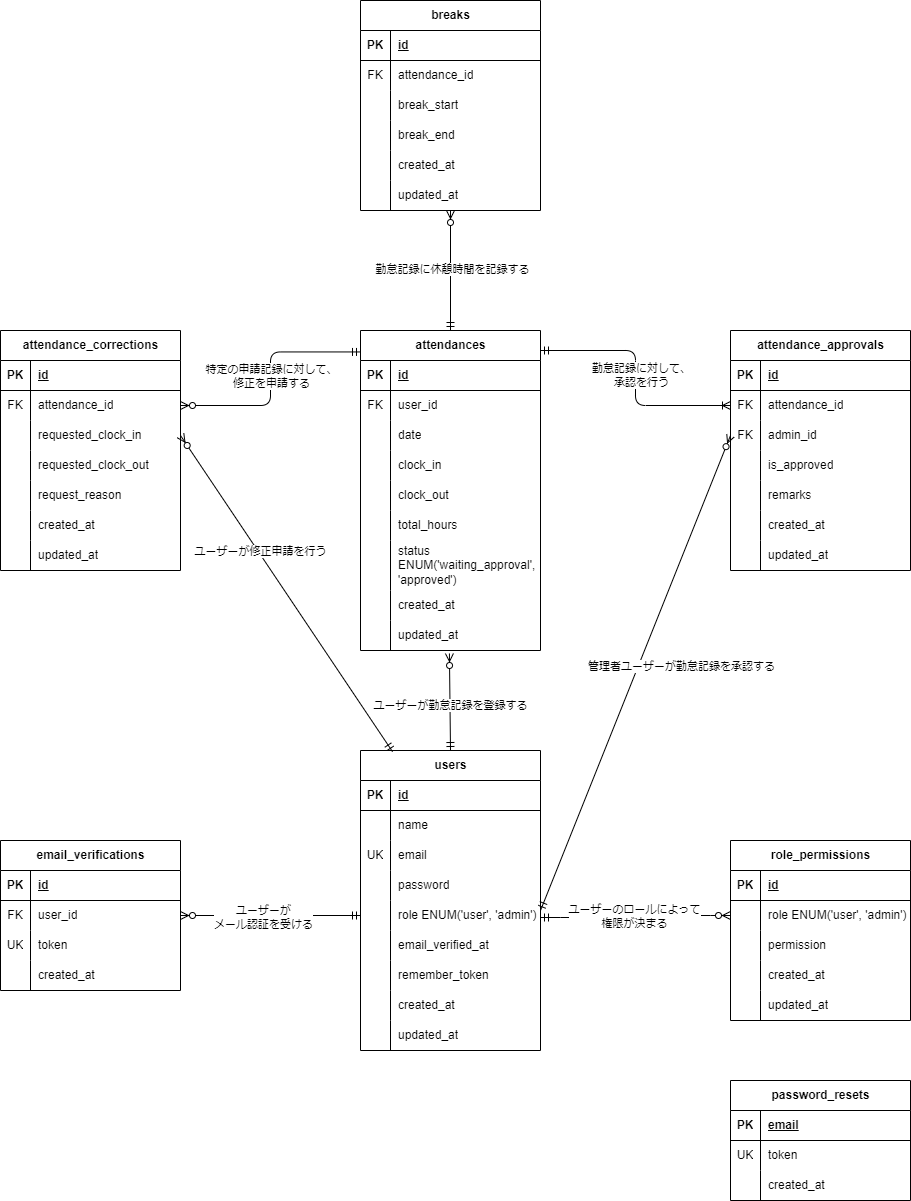
shimodum/mockcase-attendance keeps this draw.io diagram as ER.drawio.png. Above is the earlier version. Source tidied: cells renumbered, new cells last; positions are measured from the earlier drawing's top-left corner, leaving out a move shared by most shapes.
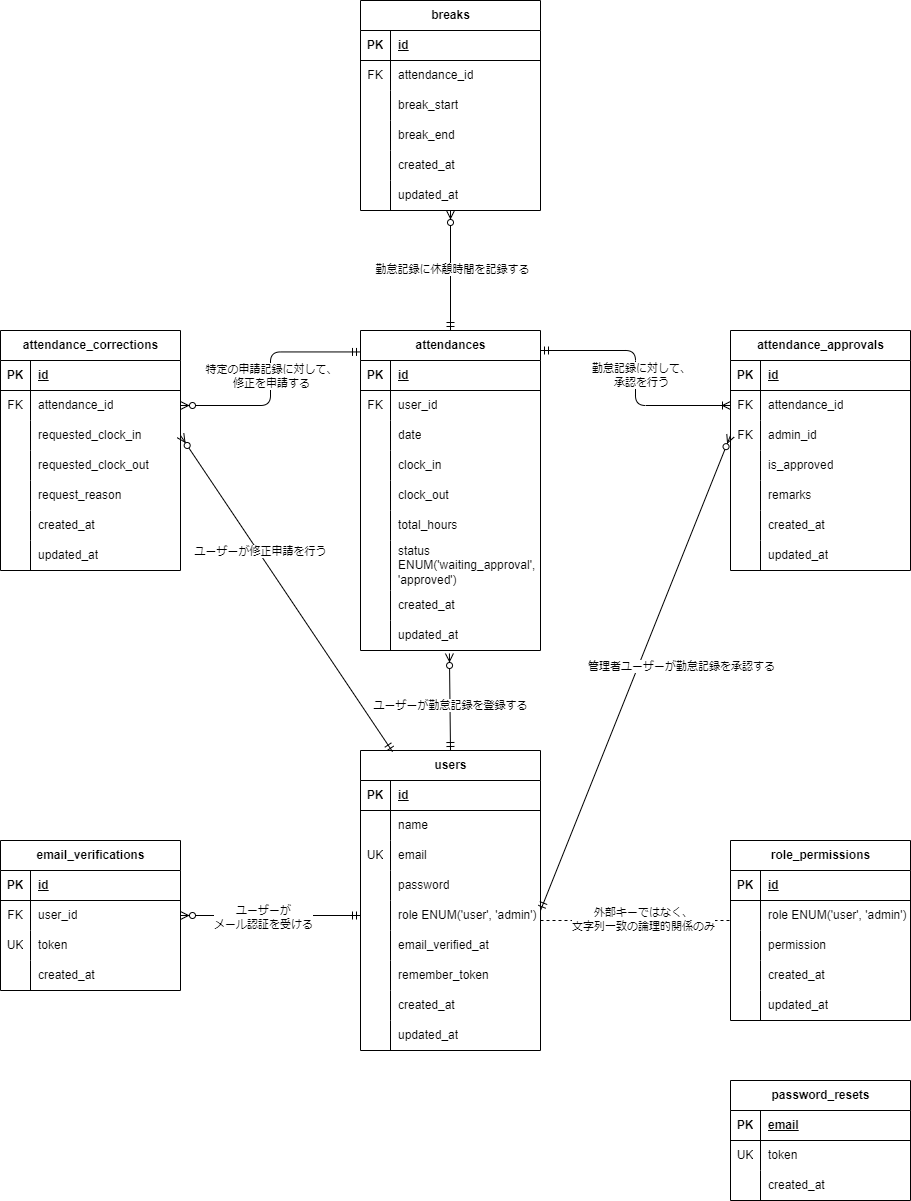
The same file after the commit.

What changed in the source:
```diff
@@ -506,18 +506,6 @@
     <mxCell id="167" value="ユーザーが&lt;div&gt;&lt;span style=&quot;background-color: light-dark(#ffffff, var(--ge-dark-color, #121212));&quot;&gt;メール認証を受ける&lt;/span&gt;&lt;br&gt;&lt;/div&gt;" style="edgeLabel;html=1;align=center;verticalAlign=middle;" parent="166" vertex="1">
       <mxGeometry x="0.08" y="1" relative="1" as="geometry" />
     </mxCell>
-    <mxCell id="168" style="edgeStyle=entityRelationEdgeStyle;fontSize=12;html=1;endArrow=ERzeroToMany;startArrow=ERmandOne;entryX=0;entryY=0.5;entryDx=0;entryDy=0;" parent="1" edge="1" target="85">
-      <mxGeometry relative="1" as="geometry">
-        <mxPoint x="540" y="917" as="sourcePoint" />
-        <Array as="points">
-          <mxPoint x="600" y="867" />
-          <mxPoint x="605" y="867" />
-        </Array>
-      </mxGeometry>
-    </mxCell>
-    <mxCell id="169" value="ユーザーのロールによって&lt;div&gt;権限が決まる&lt;/div&gt;" style="edgeLabel;html=1;align=center;verticalAlign=middle;" parent="168" vertex="1">
-      <mxGeometry x="-0.01" y="1" relative="1" as="geometry" />
-    </mxCell>
     <mxCell id="170" style="fontSize=12;html=1;endArrow=ERzeroToMany;startArrow=ERmandOne;exitX=0.5;exitY=0;exitDx=0;exitDy=0;" parent="1" edge="1" source="97">
       <mxGeometry relative="1" as="geometry">
         <mxPoint x="450" y="210" as="targetPoint" />
@@ -544,5 +532,17 @@
         <mxPoint x="5" y="8" as="offset" />
       </mxGeometry>
     </mxCell>
+    <mxCell id="176" style="endArrow=none;dashed=1;html=1;" parent="1" edge="1">
+      <mxGeometry relative="1" as="geometry">
+        <mxPoint x="540" y="920" as="sourcePoint" />
+        <mxPoint x="730" y="920" as="targetPoint" />
+      </mxGeometry>
+    </mxCell>
+    <mxCell id="177" value="Text" style="edgeLabel;html=1;align=center;verticalAlign=middle;" parent="176" vertex="1">
+      <mxGeometry x="0.04" relative="1" as="geometry" />
+    </mxCell>
+    <mxCell id="178" value="外部キーではなく、&lt;div&gt;文字列一致の論理的関係のみ&lt;/div&gt;" style="edgeLabel;html=1;align=center;verticalAlign=middle;" parent="176" vertex="1">
+      <mxGeometry x="0.07" y="2" relative="1" as="geometry" />
+    </mxCell>
   </root>
 </mxGraphModel>
```
